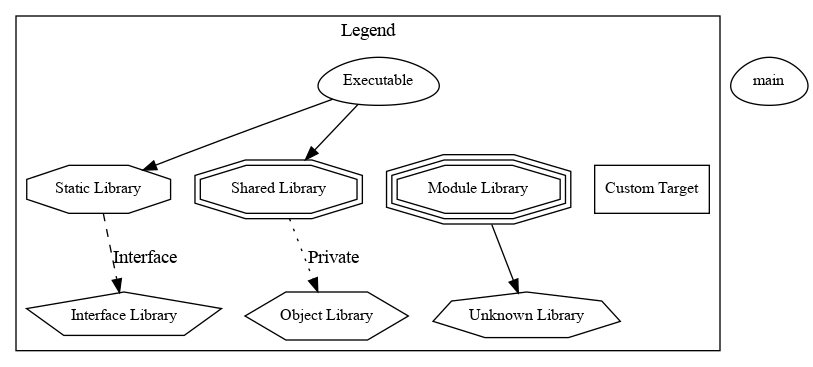
alevenberg/google-cloud-cop keeps this Graphviz diagram as graph/build_graph.png. Above is the earlier version. Its source is kept beside it as graph/build_graph.dot.
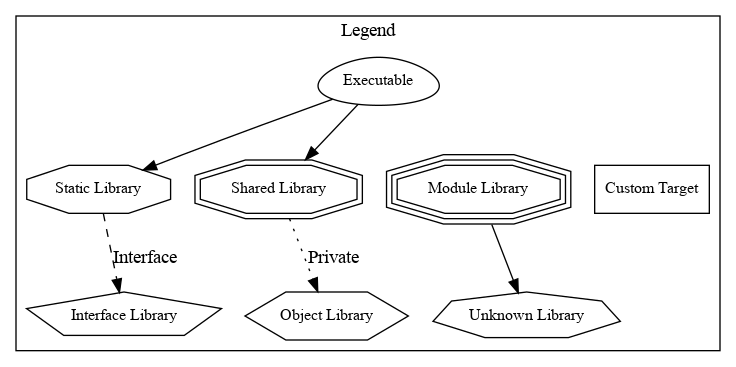
The same diagram one commit later.

What changed in the source:
```diff
@@ -22,5 +22,4 @@
   legendNode3 -> legendNode6 [ style = solid ];
   legendNode0 -> legendNode7;
 }
-    "node0" [ label = "main", shape = egg ];
 }
```
